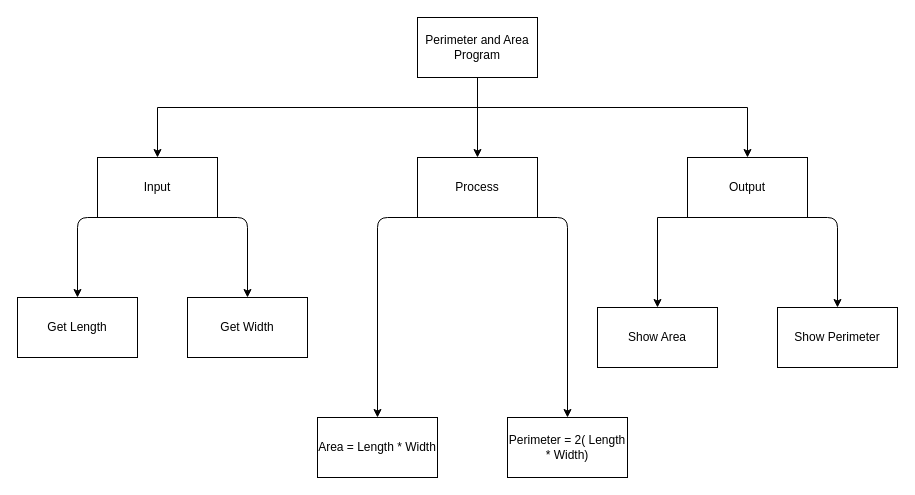
Above: design.drawio in Ethan-Prieur1/ICS3U-Unit2-02-Python (draw.io), before the change. Source tidied: cells renumbered, new cells numbered last; positions are measured from the earlier drawing's top-left corner, leaving out a move shared by most shapes. Both pictures are drawn from the tidied source at 100%, with x=0, y=0 at pixel (17, 17).
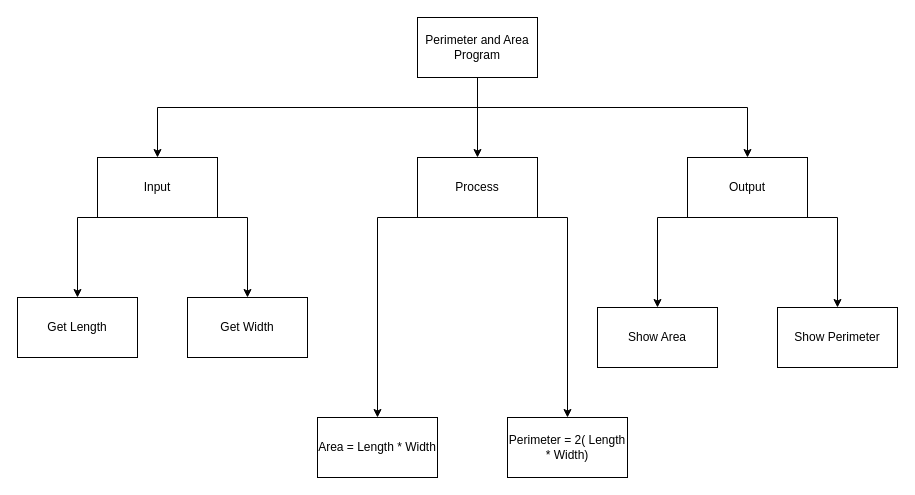
After the change.

The change refers to these unchanged cells:
```xml
<mxCell id="8" value="Input" style="rounded=0;whiteSpace=wrap;html=1;" parent="1" vertex="1">
  <mxGeometry x="80" y="140" width="120" height="60" as="geometry" />
</mxCell>
<mxCell id="11" value="Process" style="rounded=0;whiteSpace=wrap;html=1;" parent="1" vertex="1">
  <mxGeometry x="400" y="140" width="120" height="60" as="geometry" />
</mxCell>
<mxCell id="14" value="Output" style="rounded=0;whiteSpace=wrap;html=1;" parent="1" vertex="1">
  <mxGeometry x="670" y="140" width="120" height="60" as="geometry" />
</mxCell>
<mxCell id="15" value="Get Length" style="rounded=0;whiteSpace=wrap;html=1;" parent="1" vertex="1">
  <mxGeometry y="280" width="120" height="60" as="geometry" />
</mxCell>
<mxCell id="17" value="Area = Length * Width" style="rounded=0;whiteSpace=wrap;html=1;" parent="1" vertex="1">
  <mxGeometry x="300" y="400" width="120" height="60" as="geometry" />
</mxCell>
<mxCell id="18" value="Get Width" style="rounded=0;whiteSpace=wrap;html=1;" parent="1" vertex="1">
  <mxGeometry x="170" y="280" width="120" height="60" as="geometry" />
</mxCell>
<mxCell id="19" value="Perimeter = 2( Length * Width)" style="rounded=0;whiteSpace=wrap;html=1;" parent="1" vertex="1">
  <mxGeometry x="490" y="400" width="120" height="60" as="geometry" />
</mxCell>
<mxCell id="20" value="Show Perimeter" style="rounded=0;whiteSpace=wrap;html=1;" parent="1" vertex="1">
  <mxGeometry x="760" y="290" width="120" height="60" as="geometry" />
</mxCell>
```

What changed in the source:
```diff
@@
-    <mxCell id="6" style="edgeStyle=none;html=1;exitX=0.5;exitY=1;exitDx=0;exitDy=0;entryX=0.5;entryY=0;entryDx=0;entryDy=0;" parent="1" edge="1" source="8" target="15">
+    <mxCell id="6" style="edgeStyle=none;html=1;exitX=0.5;exitY=1;exitDx=0;exitDy=0;entryX=0.5;entryY=0;entryDx=0;entryDy=0;rounded=0;" parent="1" edge="1" source="8" target="15">
       <mxGeometry relative="1" as="geometry">
         <Array as="points">
           <mxPoint x="60" y="200" />
         </Array>
       </mxGeometry>
     </mxCell>
-    <mxCell id="7" style="edgeStyle=none;html=1;exitX=1;exitY=1;exitDx=0;exitDy=0;entryX=0.5;entryY=0;entryDx=0;entryDy=0;" parent="1" edge="1" source="8" target="18">
+    <mxCell id="7" style="edgeStyle=none;html=1;exitX=1;exitY=1;exitDx=0;exitDy=0;entryX=0.5;entryY=0;entryDx=0;entryDy=0;rounded=0;" parent="1" edge="1" source="8" target="18">
       <mxGeometry relative="1" as="geometry">
         <Array as="points">
           <mxPoint x="230" y="200" />
         </Array>
       </mxGeometry>
     </mxCell>
@@
-    <mxCell id="9" style="edgeStyle=none;html=1;exitX=0.5;exitY=1;exitDx=0;exitDy=0;entryX=0.5;entryY=0;entryDx=0;entryDy=0;" parent="1" edge="1" source="11" target="17">
+    <mxCell id="9" style="edgeStyle=none;html=1;exitX=0.5;exitY=1;exitDx=0;exitDy=0;entryX=0.5;entryY=0;entryDx=0;entryDy=0;rounded=0;" parent="1" edge="1" source="11" target="17">
       <mxGeometry relative="1" as="geometry">
         <Array as="points">
           <mxPoint x="360" y="200" />
         </Array>
       </mxGeometry>
     </mxCell>
-    <mxCell id="10" style="edgeStyle=none;html=1;exitX=1;exitY=1;exitDx=0;exitDy=0;entryX=0.5;entryY=0;entryDx=0;entryDy=0;" parent="1" edge="1" source="11" target="19">
+    <mxCell id="10" style="edgeStyle=none;html=1;exitX=1;exitY=1;exitDx=0;exitDy=0;entryX=0.5;entryY=0;entryDx=0;entryDy=0;rounded=0;" parent="1" edge="1" source="11" target="19">
       <mxGeometry relative="1" as="geometry">
         <Array as="points">
           <mxPoint x="550" y="200" />
         </Array>
       </mxGeometry>
     </mxCell>
@@
-    <mxCell id="13" style="edgeStyle=none;html=1;exitX=1;exitY=1;exitDx=0;exitDy=0;entryX=0.5;entryY=0;entryDx=0;entryDy=0;" parent="1" edge="1" source="14" target="20">
+    <mxCell id="13" style="edgeStyle=none;html=1;exitX=1;exitY=1;exitDx=0;exitDy=0;entryX=0.5;entryY=0;entryDx=0;entryDy=0;rounded=0;" parent="1" edge="1" source="14" target="20">
       <mxGeometry relative="1" as="geometry">
         <Array as="points">
           <mxPoint x="820" y="200" />
         </Array>
       </mxGeometry>
     </mxCell>
```
